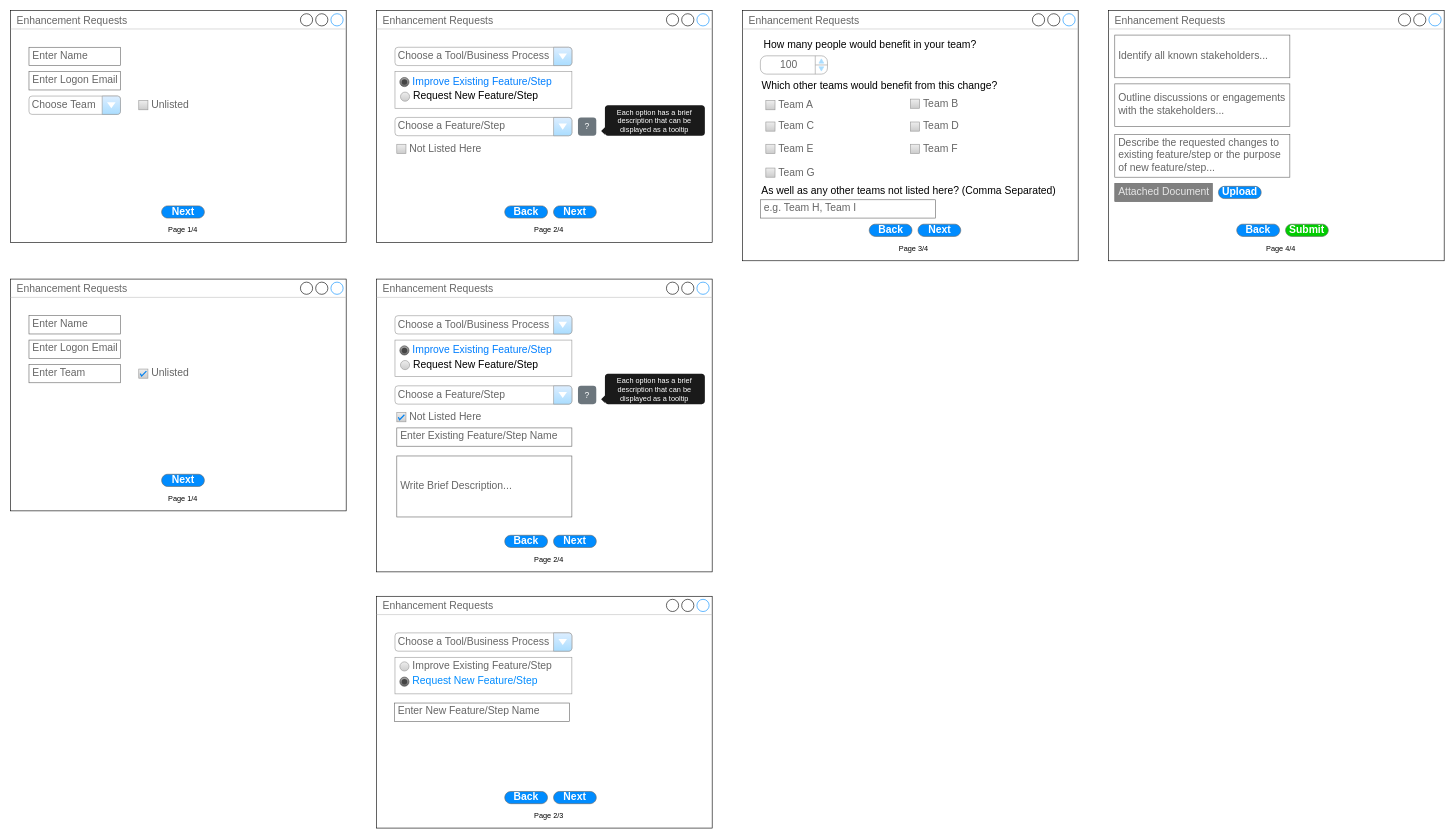
Earlier version of the draw.io diagram docs/Form Design.drawio (cpanzenbock/Fraudtech-Web-Activity). Source tidied: cells renumbered, new cells numbered last; positions are measured from the earlier drawing's top-left corner, leaving out a move shared by most shapes. Both pictures are drawn from the tidied source at 61%, with x=0, y=0 at pixel (10, 10).
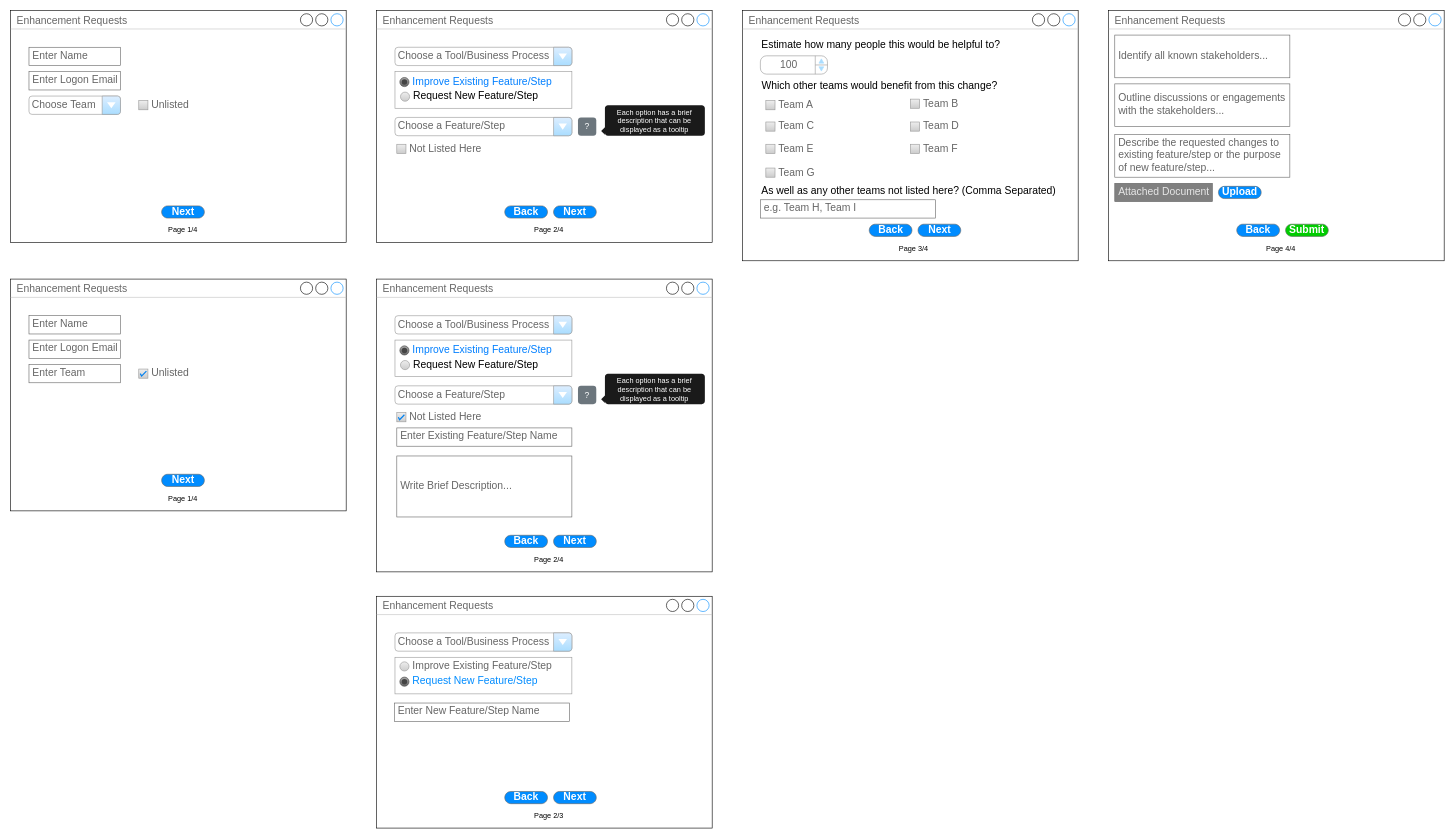
The same page after the edit.

Commit message (it also covers changes not shown here):
Added Additional Design

What changed in the source:
```diff
@@
-    <mxCell id="70" value="How many people would benefit in your team?" style="text;html=1;strokeColor=none;fillColor=none;align=center;verticalAlign=middle;whiteSpace=wrap;rounded=0;fontSize=17;" parent="1" vertex="1">
-      <mxGeometry x="1229" y="46" width="360" height="20" as="geometry" />
+    <mxCell id="70" value="Estimate how many people this would be helpful to?" style="text;html=1;strokeColor=none;fillColor=none;align=left;verticalAlign=middle;whiteSpace=wrap;rounded=0;fontSize=17;" parent="1" vertex="1">
+      <mxGeometry x="1229" y="46" width="481" height="20" as="geometry" />
     </mxCell>
```
